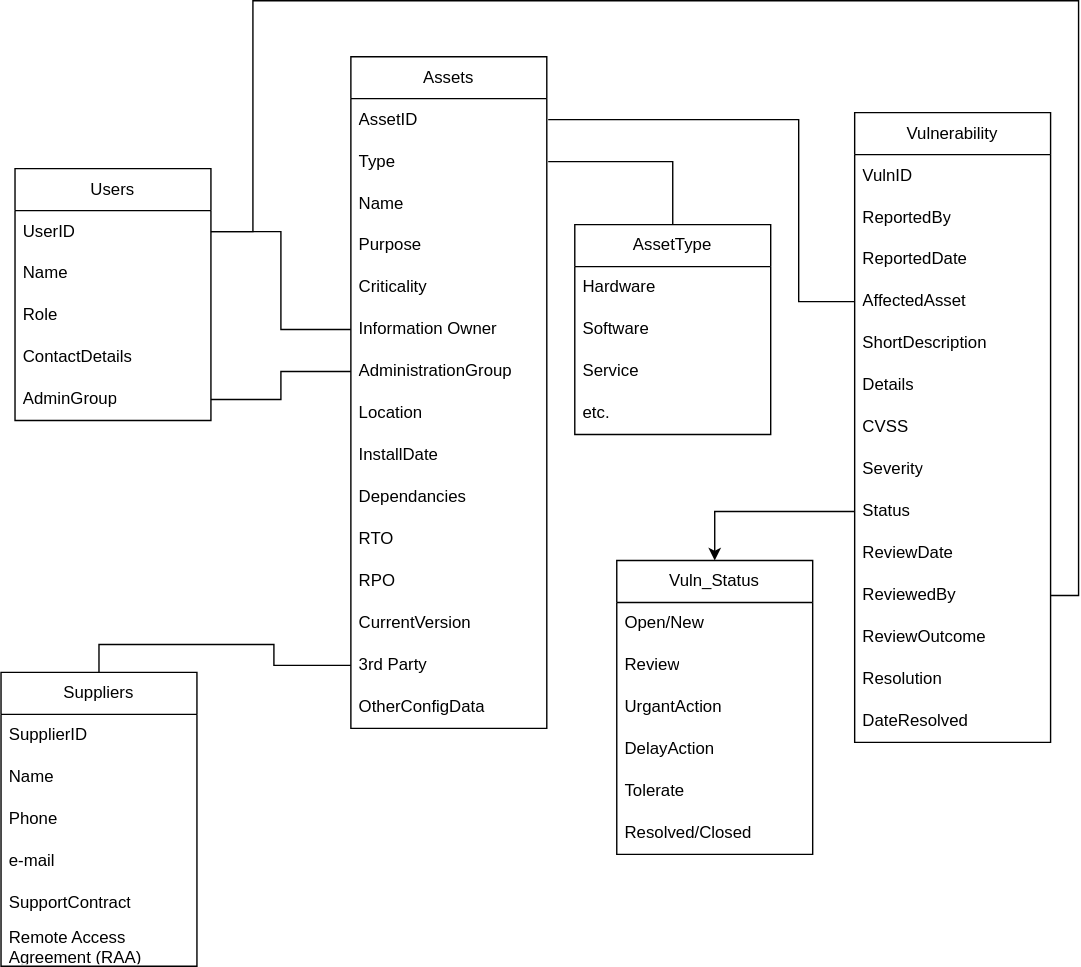
Above: ITSM/Assignment1/Assets/CMDB_F.svg in MCollins87/MSC_EnterpriseIT (draw.io), before the change. Source tidied: cells renumbered, new cells last; positions are measured from the earlier drawing's top-left corner, leaving out a move shared by most shapes.
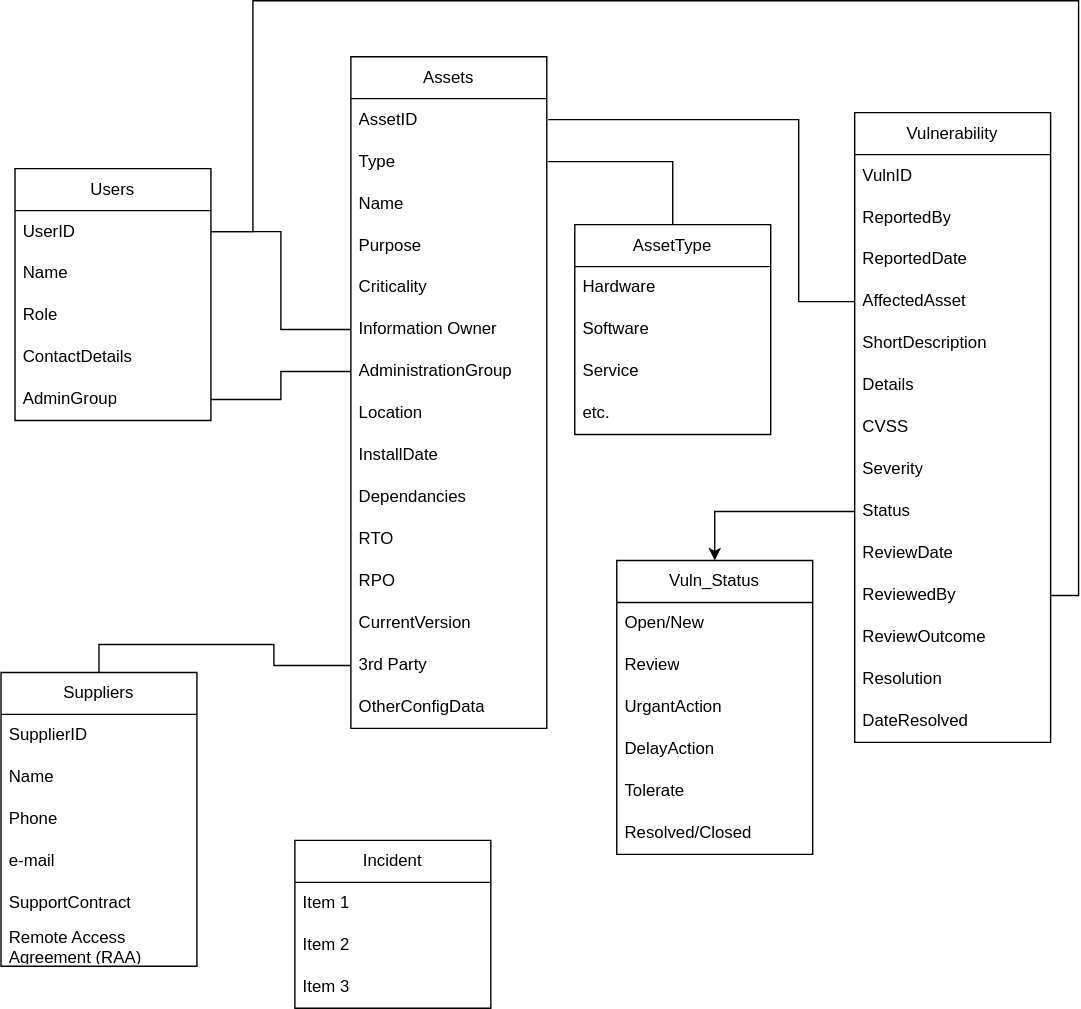
After the change.

What changed in the source:
```diff
@@ -203,5 +203,17 @@
         </Array>
       </mxGeometry>
     </mxCell>
+    <mxCell id="65" value="Incident" style="swimlane;fontStyle=0;horizontal=1;startSize=30;whiteSpace=wrap;html=1;" parent="1" vertex="1">
+      <mxGeometry x="210" y="600" width="140" height="120" as="geometry" />
+    </mxCell>
+    <mxCell id="66" value="Item 1" style="text;strokeColor=none;fillColor=none;align=left;verticalAlign=middle;spacingLeft=4;spacingRight=4;overflow=hidden;whiteSpace=wrap;html=1;" parent="65" vertex="1">
+      <mxGeometry y="30" width="140" height="30" as="geometry" />
+    </mxCell>
+    <mxCell id="67" value="Item 2" style="text;strokeColor=none;fillColor=none;align=left;verticalAlign=middle;spacingLeft=4;spacingRight=4;overflow=hidden;whiteSpace=wrap;html=1;" parent="65" vertex="1">
+      <mxGeometry y="60" width="140" height="30" as="geometry" />
+    </mxCell>
+    <mxCell id="68" value="Item 3" style="text;strokeColor=none;fillColor=none;align=left;verticalAlign=middle;spacingLeft=4;spacingRight=4;overflow=hidden;whiteSpace=wrap;html=1;" parent="65" vertex="1">
+      <mxGeometry y="90" width="140" height="30" as="geometry" />
+    </mxCell>
   </root>
 </mxGraphModel>
```
